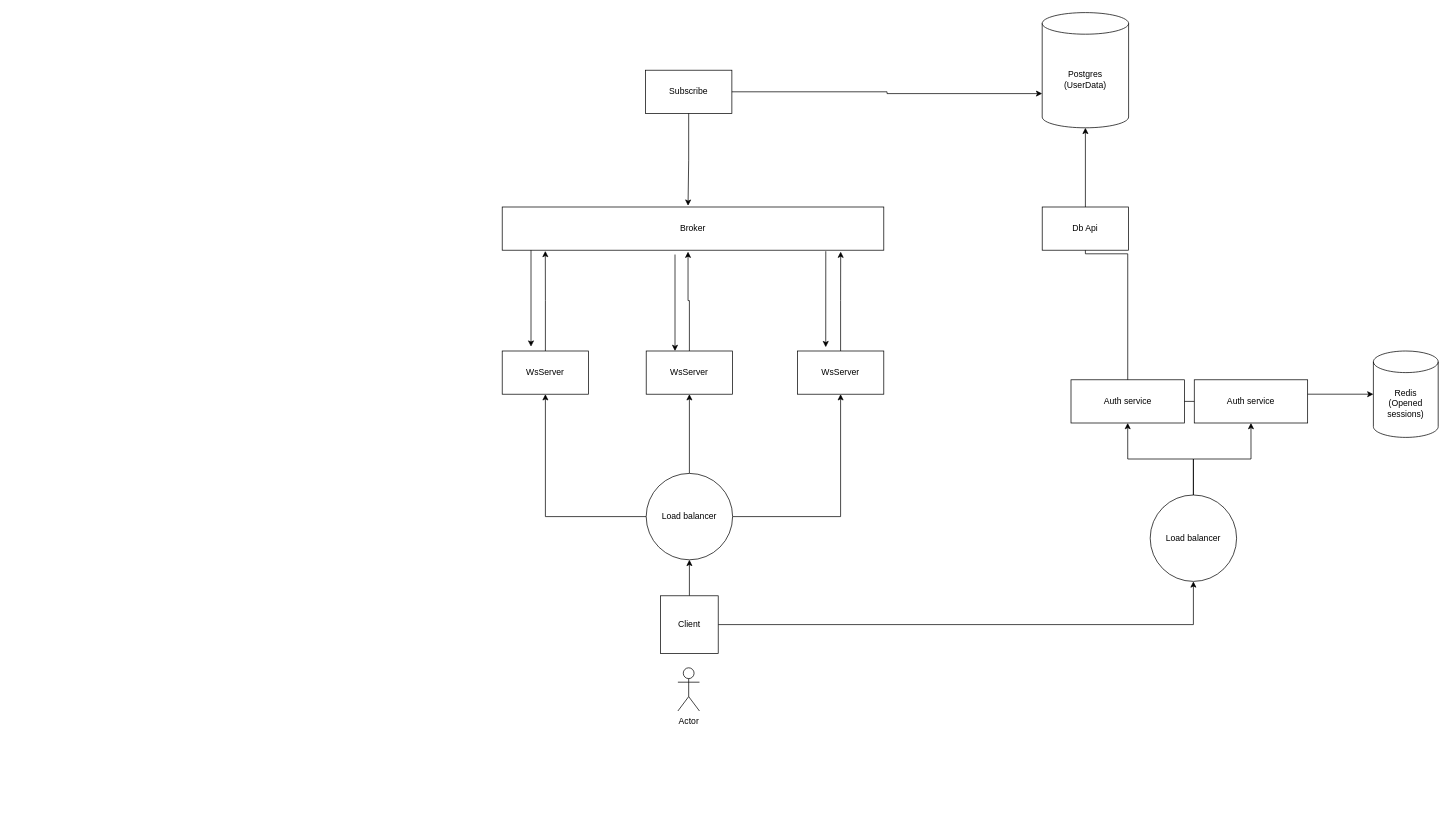
Refreezer/diagrams keeps this draw.io diagram as Диаграмма без названия.drawio. Above is the earlier version. Source tidied: cells renumbered, new cells numbered last; positions are measured from the earlier drawing's top-left corner, leaving out a move shared by most shapes. Both pictures are drawn from the tidied source at 72%, with x=0, y=0 at pixel (502, 12).
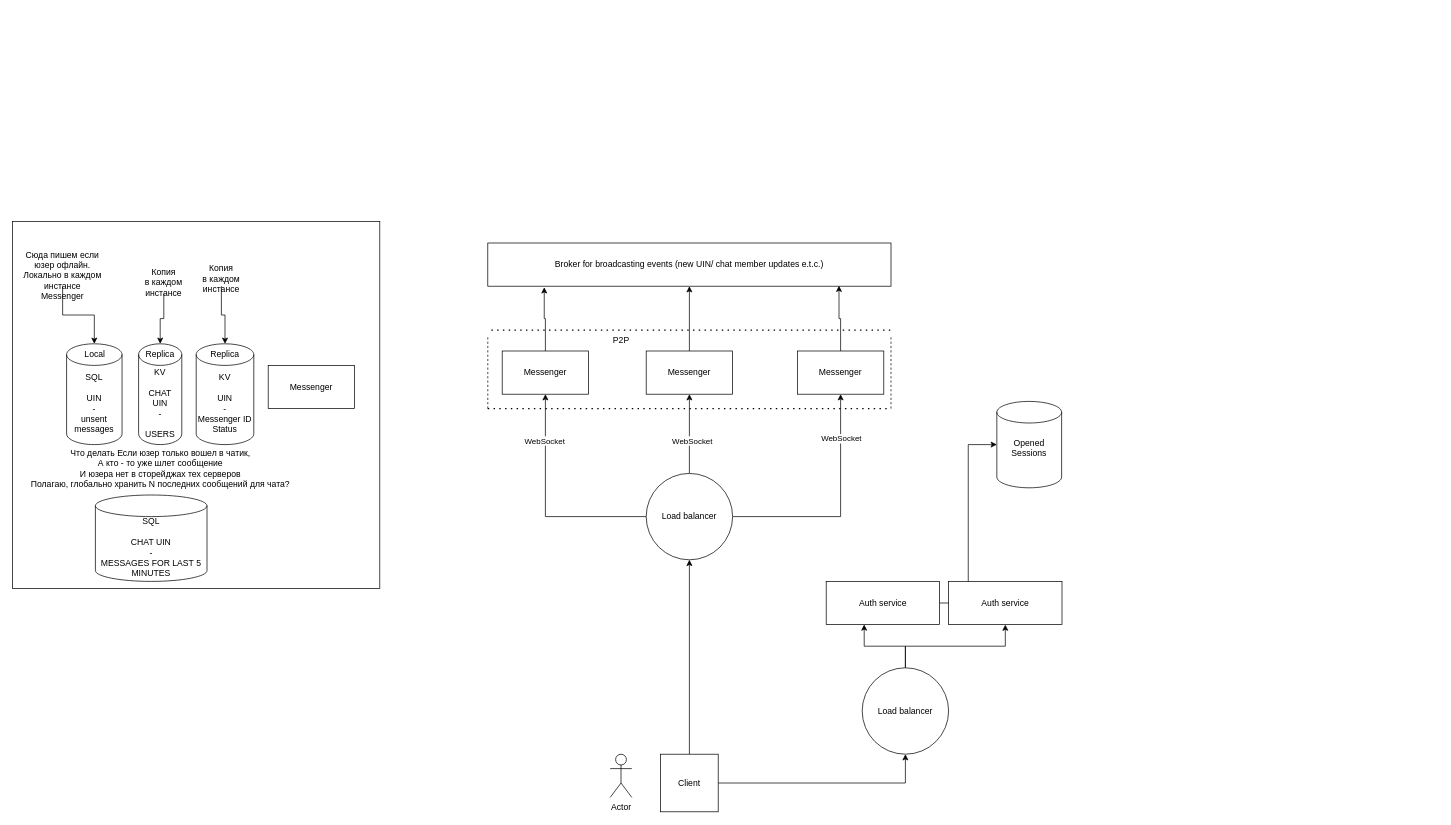
The same page after the edit.

The change refers to these unchanged cells:
```xml
<mxCell id="15" style="edgeStyle=orthogonalEdgeStyle;rounded=0;jettySize=auto;html=1;entryX=0.5;entryY=1;entryDx=0;entryDy=0;" parent="1" edge="1" source="18" target="4">
  <mxGeometry relative="1" as="geometry" />
</mxCell>
<mxCell id="16" style="edgeStyle=orthogonalEdgeStyle;rounded=0;jettySize=auto;html=1;entryX=0.5;entryY=1;entryDx=0;entryDy=0;" parent="1" edge="1" source="18" target="3">
  <mxGeometry relative="1" as="geometry" />
</mxCell>
<mxCell id="17" style="edgeStyle=orthogonalEdgeStyle;rounded=0;jettySize=auto;html=1;entryX=0.5;entryY=1;entryDx=0;entryDy=0;" parent="1" edge="1" source="18" target="2">
  <mxGeometry relative="1" as="geometry" />
</mxCell>
```

Diff of the diagram source:
```diff
@@
+    <mxCell id="33" style="whiteSpace=wrap;html=1;" parent="1" vertex="1">
+      <mxGeometry x="-680" y="290" width="510" height="510" as="geometry" />
+    </mxCell>
-    <mxCell id="2" value="WsServer" style="rounded=0;whiteSpace=wrap;html=1;" parent="1" vertex="1">
+    <mxCell id="2" value="Messenger" style="rounded=0;whiteSpace=wrap;html=1;" parent="1" vertex="1">
       <mxGeometry y="470" width="120" height="60" as="geometry" />
     </mxCell>
+    <mxCell id="34" style="edgeStyle=orthogonalEdgeStyle;rounded=0;jettySize=auto;html=1;entryX=0.5;entryY=1;entryDx=0;entryDy=0;" parent="1" edge="1" source="3" target="43">
+      <mxGeometry relative="1" as="geometry" />
+    </mxCell>
-    <mxCell id="3" value="WsServer" style="rounded=0;whiteSpace=wrap;html=1;" parent="1" vertex="1">
+    <mxCell id="3" value="Messenger" style="rounded=0;whiteSpace=wrap;html=1;" parent="1" vertex="1">
       <mxGeometry x="200" y="470" width="120" height="60" as="geometry" />
     </mxCell>
-    <mxCell id="4" value="WsServer" style="rounded=0;whiteSpace=wrap;html=1;" parent="1" vertex="1">
+    <mxCell id="4" value="Messenger" style="rounded=0;whiteSpace=wrap;html=1;" parent="1" vertex="1">
       <mxGeometry x="410" y="470" width="120" height="60" as="geometry" />
     </mxCell>
@@
     <mxCell id="7" value="Client" style="whiteSpace=wrap;html=1;" parent="1" vertex="1">
-      <mxGeometry x="220" y="810" width="80" height="80" as="geometry" />
+      <mxGeometry x="220" y="1030" width="80" height="80" as="geometry" />
     </mxCell>
-    <mxCell id="8" value="Broker" style="rounded=0;whiteSpace=wrap;html=1;" parent="1" vertex="1">
-      <mxGeometry y="270" width="530" height="60" as="geometry" />
-    </mxCell>
-    <mxCell id="9" style="edgeStyle=orthogonalEdgeStyle;rounded=0;jettySize=auto;html=1;entryX=0.113;entryY=1.017;entryDx=0;entryDy=0;entryPerimeter=0;" parent="1" edge="1" source="2" target="8">
-      <mxGeometry relative="1" as="geometry" />
-    </mxCell>
-    <mxCell id="10" style="edgeStyle=orthogonalEdgeStyle;rounded=0;jettySize=auto;html=1;entryX=0.487;entryY=1.033;entryDx=0;entryDy=0;entryPerimeter=0;" parent="1" edge="1" source="3" target="8">
-      <mxGeometry relative="1" as="geometry">
-        <Array as="points">
-          <mxPoint x="260" y="400" />
-          <mxPoint x="258" y="400" />
-        </Array>
-      </mxGeometry>
-    </mxCell>
-    <mxCell id="11" style="edgeStyle=orthogonalEdgeStyle;rounded=0;jettySize=auto;html=1;entryX=0.887;entryY=1.033;entryDx=0;entryDy=0;entryPerimeter=0;" parent="1" edge="1" source="4" target="8">
-      <mxGeometry relative="1" as="geometry" />
-    </mxCell>
-    <mxCell id="12" style="endArrow=classic;html=1;rounded=0;entryX=0.328;entryY=-0.088;entryDx=0;entryDy=0;entryPerimeter=0;exitX=0.848;exitY=1.023;exitDx=0;exitDy=0;exitPerimeter=0;" parent="1" edge="1" source="8" target="4">
-      <mxGeometry relative="1" as="geometry" />
-    </mxCell>
-    <mxCell id="13" style="endArrow=classic;html=1;rounded=0;entryX=0.328;entryY=-0.088;entryDx=0;entryDy=0;entryPerimeter=0;exitX=0.848;exitY=1.023;exitDx=0;exitDy=0;exitPerimeter=0;" parent="1" edge="1">
-      <mxGeometry relative="1" as="geometry">
-        <mxPoint x="240" y="336" as="sourcePoint" />
-        <mxPoint x="240" y="470" as="targetPoint" />
-      </mxGeometry>
-    </mxCell>
-    <mxCell id="14" style="endArrow=classic;html=1;rounded=0;exitX=0.848;exitY=1.023;exitDx=0;exitDy=0;exitPerimeter=0;" parent="1" edge="1">
-      <mxGeometry relative="1" as="geometry">
-        <mxPoint x="40" y="330" as="sourcePoint" />
-        <mxPoint x="40" y="464" as="targetPoint" />
-      </mxGeometry>
-    </mxCell>
@@
+    <mxCell id="35" value="&lt;div&gt;WebSocket&lt;/div&gt;" style="edgeLabel;html=1;align=center;verticalAlign=middle;" parent="15" vertex="1">
+      <mxGeometry x="0.5" y="2" relative="1" as="geometry">
+        <mxPoint x="2" y="-19" as="offset" />
+      </mxGeometry>
+    </mxCell>
@@
+    <mxCell id="36" value="WebSocket" style="edgeLabel;html=1;align=center;verticalAlign=middle;" parent="16" vertex="1">
+      <mxGeometry x="-0.17" y="-3" relative="1" as="geometry" />
+    </mxCell>
@@
+    <mxCell id="37" value="WebSocket" style="edgeLabel;html=1;align=center;verticalAlign=middle;" parent="17" vertex="1">
+      <mxGeometry x="0.59" y="2" relative="1" as="geometry" />
+    </mxCell>
-    <mxCell id="18" value="Load balancer" style="ellipse;whiteSpace=wrap;html=1;" parent="1" vertex="1">
+    <mxCell id="18" value="Load balancer&lt;br&gt;" style="ellipse;whiteSpace=wrap;html=1;" parent="1" vertex="1">
       <mxGeometry x="200" y="640" width="120" height="120" as="geometry" />
     </mxCell>
     <mxCell id="19" value="Actor" style="shape=umlActor;verticalLabelPosition=bottom;verticalAlign=top;html=1;" parent="1" vertex="1">
-      <mxGeometry x="244" y="910" width="30" height="60" as="geometry" />
+      <mxGeometry x="150" y="1030" width="30" height="60" as="geometry" />
     </mxCell>
-    <mxCell id="20" value="&lt;div&gt;Postgres&lt;/div&gt;&lt;div&gt;(UserData)&lt;br&gt;&lt;/div&gt;" style="shape=cylinder3;whiteSpace=wrap;html=1;boundedLbl=1;backgroundOutline=1;size=15;" parent="1" vertex="1">
-      <mxGeometry x="750" width="120" height="160" as="geometry" />
-    </mxCell>
     <mxCell id="21" value="Auth service" style="whiteSpace=wrap;html=1;direction=south;" parent="1" vertex="1">
-      <mxGeometry x="790" y="510" width="157.5" height="60" as="geometry" />
+      <mxGeometry x="450" y="790" width="157.5" height="60" as="geometry" />
     </mxCell>
-    <mxCell id="22" style="edgeStyle=orthogonalEdgeStyle;rounded=0;jettySize=auto;html=1;entryX=0.5;entryY=1;entryDx=0;entryDy=0;entryPerimeter=0;" parent="1" edge="1" source="21" target="20">
-      <mxGeometry relative="1" as="geometry" />
-    </mxCell>
-    <mxCell id="23" style="edgeStyle=orthogonalEdgeStyle;rounded=0;jettySize=auto;html=1;exitX=0;exitY=0;exitDx=0;exitDy=0;entryX=1;entryY=0.5;entryDx=0;entryDy=0;" parent="1" edge="1" source="25" target="21">
-      <mxGeometry relative="1" as="geometry">
-        <Array as="points">
-          <mxPoint x="960" y="688" />
-          <mxPoint x="960" y="620" />
-          <mxPoint x="869" y="620" />
-        </Array>
-      </mxGeometry>
-    </mxCell>
-    <mxCell id="24" style="edgeStyle=orthogonalEdgeStyle;rounded=0;jettySize=auto;html=1;exitX=1;exitY=0;exitDx=0;exitDy=0;entryX=1;entryY=0.5;entryDx=0;entryDy=0;" parent="1" edge="1" source="25" target="32">
-      <mxGeometry relative="1" as="geometry">
-        <Array as="points">
-          <mxPoint x="960" y="688" />
-          <mxPoint x="960" y="620" />
-          <mxPoint x="1040" y="620" />
-        </Array>
-      </mxGeometry>
+    <mxCell id="24" style="edgeStyle=orthogonalEdgeStyle;rounded=0;jettySize=auto;html=1;entryX=1;entryY=0.5;entryDx=0;entryDy=0;" parent="1" edge="1" source="25" target="32">
+      <mxGeometry relative="1" as="geometry" />
     </mxCell>
     <mxCell id="25" value="Load balancer" style="ellipse;whiteSpace=wrap;html=1;" parent="1" vertex="1">
-      <mxGeometry x="900" y="670" width="120" height="120" as="geometry" />
+      <mxGeometry x="500" y="910" width="120" height="120" as="geometry" />
     </mxCell>
-    <mxCell id="26" value="Subscribe" style="rounded=0;whiteSpace=wrap;html=1;" parent="1" vertex="1">
-      <mxGeometry x="199" y="80" width="120" height="60" as="geometry" />
-    </mxCell>
-    <mxCell id="27" style="edgeStyle=orthogonalEdgeStyle;rounded=0;jettySize=auto;html=1;entryX=0;entryY=0;entryDx=0;entryDy=112.5;entryPerimeter=0;" parent="1" edge="1" source="26" target="20">
-      <mxGeometry relative="1" as="geometry" />
-    </mxCell>
-    <mxCell id="28" style="edgeStyle=orthogonalEdgeStyle;rounded=0;jettySize=auto;html=1;entryX=0.487;entryY=-0.029;entryDx=0;entryDy=0;entryPerimeter=0;" parent="1" edge="1" source="26" target="8">
-      <mxGeometry relative="1" as="geometry" />
-    </mxCell>
-    <mxCell id="29" value="&lt;div&gt;Redis&lt;/div&gt;&lt;div&gt;(Opened sessions)&lt;br&gt;&lt;/div&gt;" style="shape=cylinder3;whiteSpace=wrap;html=1;boundedLbl=1;backgroundOutline=1;size=15;" parent="1" vertex="1">
-      <mxGeometry x="1210" y="470" width="90" height="120" as="geometry" />
+    <mxCell id="29" value="Opened&lt;br&gt;&lt;div&gt;Sessions&lt;/div&gt;&lt;div&gt;&lt;br&gt;&lt;/div&gt;" style="shape=cylinder3;whiteSpace=wrap;html=1;boundedLbl=1;backgroundOutline=1;size=15;" parent="1" vertex="1">
+      <mxGeometry x="687" y="540" width="90" height="120" as="geometry" />
     </mxCell>
@@
-    <mxCell id="31" value="Db Api" style="rounded=0;whiteSpace=wrap;html=1;" parent="1" vertex="1">
-      <mxGeometry x="750" y="270" width="120" height="60" as="geometry" />
-    </mxCell>
     <mxCell id="32" value="Auth service" style="whiteSpace=wrap;html=1;direction=south;" parent="1" vertex="1">
-      <mxGeometry x="961.2" y="510" width="157.5" height="60" as="geometry" />
+      <mxGeometry x="620" y="790" width="157.5" height="60" as="geometry" />
     </mxCell>
+    <mxCell id="38" style="endArrow=none;dashed=1;html=1;dashPattern=1 3;strokeWidth=2;rounded=0;" parent="1" edge="1">
+      <mxGeometry relative="1" as="geometry">
+        <mxPoint x="-15" y="441" as="sourcePoint" />
+        <mxPoint x="545" y="441" as="targetPoint" />
+      </mxGeometry>
+    </mxCell>
+    <mxCell id="39" style="endArrow=none;dashed=1;html=1;rounded=0;" parent="1" edge="1">
+      <mxGeometry relative="1" as="geometry">
+        <mxPoint x="-20" y="550" as="sourcePoint" />
+        <mxPoint x="-20" y="450" as="targetPoint" />
+      </mxGeometry>
+    </mxCell>
+    <mxCell id="40" style="endArrow=none;dashed=1;html=1;dashPattern=1 3;strokeWidth=2;rounded=0;" parent="1" edge="1">
+      <mxGeometry relative="1" as="geometry">
+        <mxPoint x="-20" y="550" as="sourcePoint" />
+        <mxPoint x="540" y="550" as="targetPoint" />
+      </mxGeometry>
+    </mxCell>
+    <mxCell id="41" style="endArrow=none;dashed=1;html=1;rounded=0;" parent="1" edge="1">
+      <mxGeometry relative="1" as="geometry">
+        <mxPoint x="540" y="550" as="sourcePoint" />
+        <mxPoint x="540" y="450" as="targetPoint" />
+      </mxGeometry>
+    </mxCell>
+    <mxCell id="42" value="P2P" style="text;html=1;align=center;verticalAlign=middle;strokeColor=none;fillColor=none;" parent="1" vertex="1">
+      <mxGeometry x="140" y="440" width="50" height="30" as="geometry" />
+    </mxCell>
+    <mxCell id="23" style="edgeStyle=orthogonalEdgeStyle;rounded=0;jettySize=auto;html=1;entryX=0.998;entryY=0.665;entryDx=0;entryDy=0;entryPerimeter=0;" parent="1" edge="1" source="25" target="21">
+      <mxGeometry relative="1" as="geometry" />
+    </mxCell>
+    <mxCell id="43" value="Broker for broadcasting events (new UIN/ chat member updates e.t.c.)" style="rounded=0;whiteSpace=wrap;html=1;" parent="1" vertex="1">
+      <mxGeometry x="-20" y="320" width="560" height="60" as="geometry" />
+    </mxCell>
+    <mxCell id="44" style="edgeStyle=orthogonalEdgeStyle;rounded=0;jettySize=auto;html=1;entryX=0.14;entryY=1.025;entryDx=0;entryDy=0;entryPerimeter=0;" parent="1" edge="1" source="2" target="43">
+      <mxGeometry relative="1" as="geometry" />
+    </mxCell>
+    <mxCell id="45" style="edgeStyle=orthogonalEdgeStyle;rounded=0;jettySize=auto;html=1;entryX=0.871;entryY=0.989;entryDx=0;entryDy=0;entryPerimeter=0;" parent="1" edge="1" source="4" target="43">
+      <mxGeometry relative="1" as="geometry" />
+    </mxCell>
+    <mxCell id="46" style="group;" parent="1" vertex="1">
+      <mxGeometry x="-610" y="400" width="405" height="268" as="geometry" />
+    </mxCell>
+    <mxCell id="47" value="KV&lt;br&gt;&lt;br&gt;UIN&lt;br&gt;-&lt;br&gt;Messenger ID&lt;br&gt;Status" style="shape=cylinder3;whiteSpace=wrap;html=1;boundedLbl=1;backgroundOutline=1;size=15;" parent="46" vertex="1">
+      <mxGeometry x="185" y="60" width="80" height="140" as="geometry" />
+    </mxCell>
+    <mxCell id="48" value="Messenger" style="rounded=0;whiteSpace=wrap;html=1;" parent="46" vertex="1">
+      <mxGeometry x="285" y="90" width="120" height="60" as="geometry" />
+    </mxCell>
+    <mxCell id="49" value="KV&lt;br&gt;&lt;br&gt;CHAT&lt;br&gt;UIN&lt;br&gt;-&lt;br&gt;&lt;br&gt;USERS" style="shape=cylinder3;whiteSpace=wrap;html=1;boundedLbl=1;backgroundOutline=1;size=15;" parent="46" vertex="1">
+      <mxGeometry x="105" y="60" width="60" height="140" as="geometry" />
+    </mxCell>
+    <mxCell id="50" value="SQL&lt;br&gt;&lt;br&gt;UIN&lt;br&gt;-&lt;br&gt;unsent&lt;br&gt;messages" style="shape=cylinder3;whiteSpace=wrap;html=1;boundedLbl=1;backgroundOutline=1;size=15;" parent="46" vertex="1">
+      <mxGeometry x="5" y="60" width="77" height="140" as="geometry" />
+    </mxCell>
+    <mxCell id="51" value="Что делать Если юзер только вошел в чатик, &lt;br&gt;А кто - то уже шлет сообщение&lt;br&gt;И юзера нет в сторейджах тех серверов&lt;br&gt;Полагаю, глобально хранить N последних сообщений для чата?" style="text;html=1;align=center;verticalAlign=middle;strokeColor=none;fillColor=none;" parent="46" vertex="1">
+      <mxGeometry x="-55" y="198" width="380" height="70" as="geometry" />
+    </mxCell>
+    <mxCell id="52" value="Local" style="text;html=1;align=center;verticalAlign=middle;points=[];strokeColor=none;fillColor=none;" parent="46" vertex="1">
+      <mxGeometry x="18.5" y="60" width="50" height="30" as="geometry" />
+    </mxCell>
+    <mxCell id="53" value="Replica" style="text;html=1;strokeColor=none;fillColor=none;align=center;verticalAlign=middle;whiteSpace=wrap;rounded=0;" parent="46" vertex="1">
+      <mxGeometry x="105" y="60" width="60" height="30" as="geometry" />
+    </mxCell>
+    <mxCell id="54" value="Replica" style="text;html=1;strokeColor=none;fillColor=none;align=center;verticalAlign=middle;whiteSpace=wrap;rounded=0;" parent="46" vertex="1">
+      <mxGeometry x="195" y="60" width="60" height="30" as="geometry" />
+    </mxCell>
+    <mxCell id="55" style="edgeStyle=orthogonalEdgeStyle;rounded=0;jettySize=auto;html=1;" parent="1" edge="1" source="56" target="52">
+      <mxGeometry relative="1" as="geometry" />
+    </mxCell>
+    <mxCell id="56" value="Сюда пишем если&lt;br&gt;юзер офлайн.&lt;br&gt;Локально в каждом инстансе &lt;br&gt;Messenger" style="text;html=1;strokeColor=none;fillColor=none;align=center;verticalAlign=middle;whiteSpace=wrap;rounded=0;" parent="1" vertex="1">
+      <mxGeometry x="-668" y="350" width="115" height="30" as="geometry" />
+    </mxCell>
+    <mxCell id="57" style="edgeStyle=orthogonalEdgeStyle;rounded=0;jettySize=auto;html=1;" parent="1" edge="1" source="58" target="53">
+      <mxGeometry relative="1" as="geometry" />
+    </mxCell>
+    <mxCell id="58" value="Копия &lt;br&gt;в каждом инстансе" style="text;html=1;strokeColor=none;fillColor=none;align=center;verticalAlign=middle;whiteSpace=wrap;rounded=0;" parent="1" vertex="1">
+      <mxGeometry x="-500" y="360" width="60" height="30" as="geometry" />
+    </mxCell>
+    <mxCell id="59" style="edgeStyle=orthogonalEdgeStyle;rounded=0;jettySize=auto;html=1;" parent="1" edge="1" source="60" target="54">
+      <mxGeometry relative="1" as="geometry" />
+    </mxCell>
+    <mxCell id="60" value="Копия &lt;br&gt;в каждом инстансе" style="text;html=1;strokeColor=none;fillColor=none;align=center;verticalAlign=middle;whiteSpace=wrap;rounded=0;" parent="1" vertex="1">
+      <mxGeometry x="-420" y="360" width="60" height="20" as="geometry" />
+    </mxCell>
+    <mxCell id="61" value="SQL&lt;br&gt;&lt;br&gt;CHAT UIN &lt;br&gt;-&lt;br&gt;MESSAGES FOR LAST 5 MINUTES" style="shape=cylinder3;whiteSpace=wrap;html=1;boundedLbl=1;backgroundOutline=1;size=15;" parent="1" vertex="1">
+      <mxGeometry x="-565" y="670" width="155" height="120" as="geometry" />
+    </mxCell>
```
